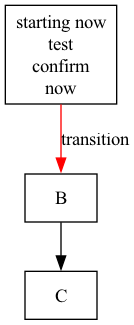
Before: graph.png, a diagram exported from Graphviz (88vch/CS_142B_CompilerProject). Its source is kept beside it as graph.dot. The source it was exported from:
```dot
digraph G {
    A [label="starting now\ntest\nconfirm\nnow", shape=box];
    B [shape=box];
    C [shape=box];

    A -> B [label="transition", color=red];
    B -> C;
}
```
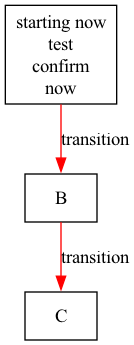
After the change.

Commit message:
command to generate dot (*.png): [dot -Tpng graph.dot -o graph.png]

What changed in the source:
```diff
@@ -4,5 +4,5 @@
     C [shape=box];
 
     A -> B [label="transition", color=red];
-    B -> C;
+    B -> C [label="transition", color=red];
 }
```
